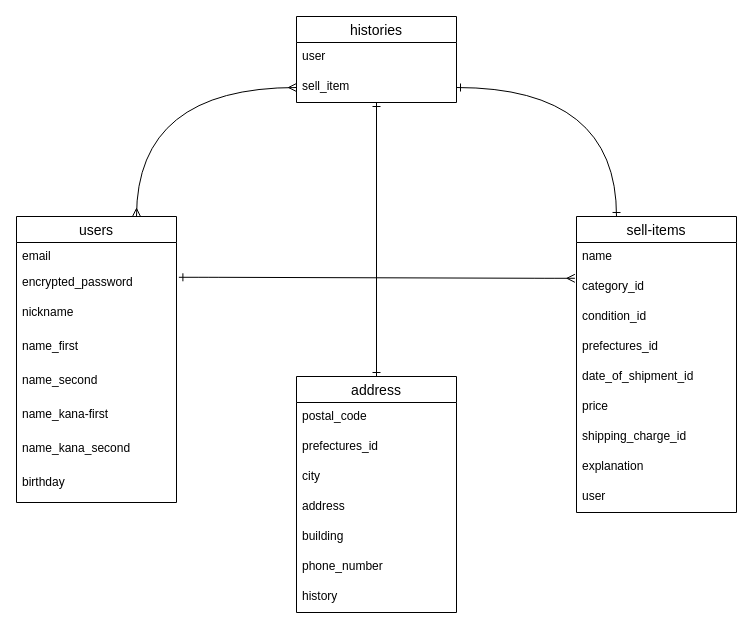
Above: hurima.dio in Tsutomu-sasaki1/furima-31549 (draw.io), before the change. Source tidied: cells renumbered, new cells numbered last; positions are measured from the earlier drawing's top-left corner, leaving out a move shared by most shapes. Both pictures are drawn from the tidied source at 100%, with x=0, y=0 at pixel (16, 16).
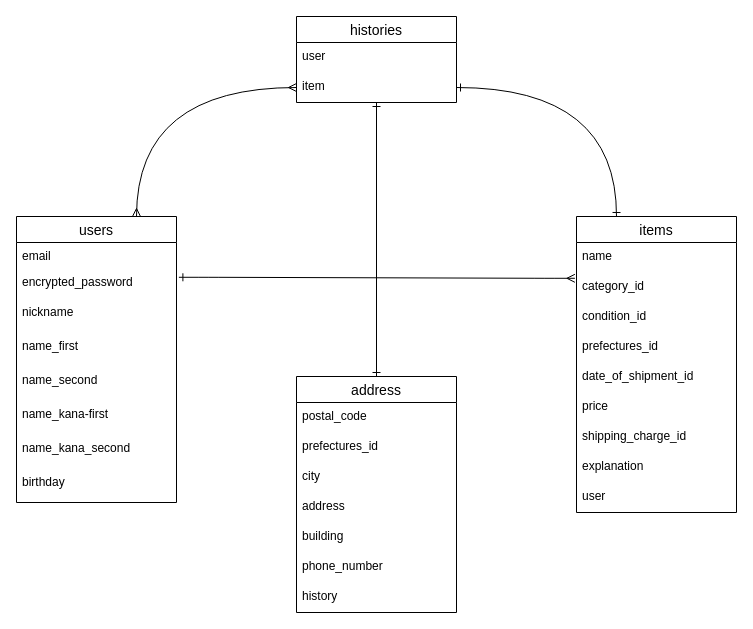
Above is the later version.

Commit message (it also covers changes not shown here):
sell_itemsをitemsに修正

Unchanged cells that the change refers to:
```xml
<mxCell id="31" value="histories" style="swimlane;fontStyle=0;horizontal=1;startSize=26;align=center;fontSize=14;" parent="1" vertex="1">
  <mxGeometry x="280" width="160" height="86" as="geometry" />
</mxCell>
```

The edit, as a diff of the source:
```diff
@@
-    <mxCell id="21" value="sell-items" style="swimlane;fontStyle=0;horizontal=1;startSize=26;align=center;fontSize=14;" parent="1" vertex="1">
+    <mxCell id="21" value="items" style="swimlane;fontStyle=0;horizontal=1;startSize=26;align=center;fontSize=14;" parent="1" vertex="1">
       <mxGeometry x="560" y="200" width="160" height="296" as="geometry" />
     </mxCell>
@@
-    <mxCell id="33" value="sell_item" style="text;strokeColor=none;fillColor=none;spacingLeft=4;spacingRight=4;overflow=hidden;points=[[0,0.5],[1,0.5]];portConstraint=eastwest;fontSize=12;" parent="31" vertex="1">
+    <mxCell id="33" value="item" style="text;strokeColor=none;fillColor=none;spacingLeft=4;spacingRight=4;overflow=hidden;points=[[0,0.5],[1,0.5]];portConstraint=eastwest;fontSize=12;" parent="31" vertex="1">
       <mxGeometry y="56" width="160" height="30" as="geometry" />
     </mxCell>
```
